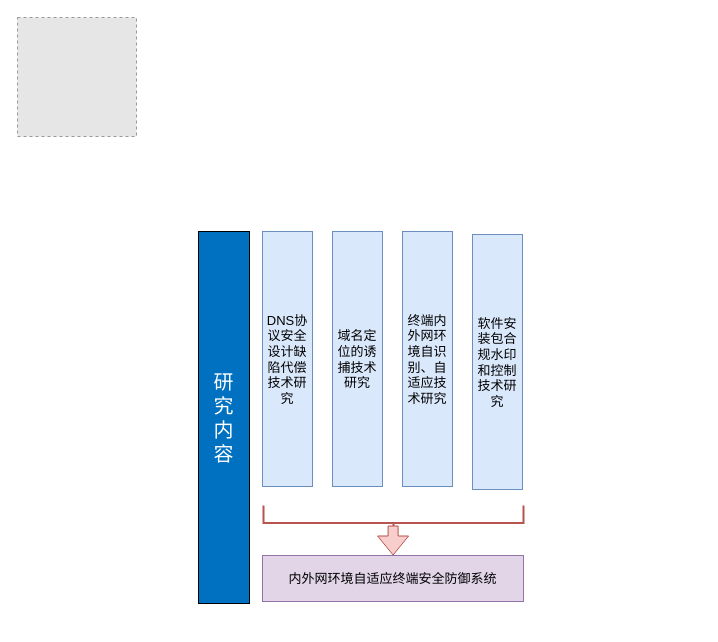
The draw.io diagram page "研究内容" (15 of 28) of drawio/dns.drawio in raingnight/Blog_Pic, before the edit. Source tidied: cells renumbered, new cells numbered last; positions are measured from the earlier drawing's top-left corner, leaving out a move shared by most shapes. Both pictures are drawn from the tidied source at 100%, with x=0, y=0 at pixel (17, 17). Pictures stored in the file or linked from it are replaced by grey dashed boxes.
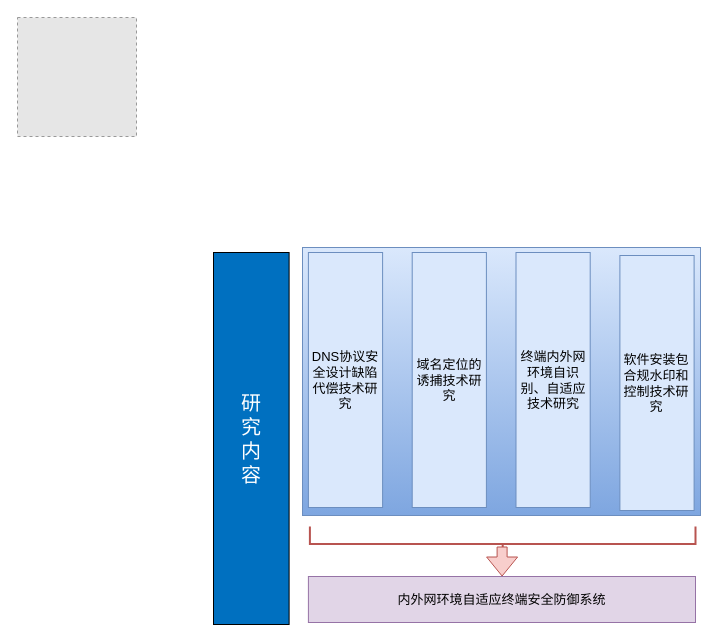
The same diagram, later.

The edit, as a diff of the source:
```diff
@@
 <mxGraphModel>
   <root>
     <mxCell id="0" />
     <mxCell id="1" parent="0" />
     <mxCell id="2" style="fillColor=#E6E6E6;strokeColor=#999999;dashed=1;verticalLabelPosition=bottom;verticalAlign=top;" parent="1" vertex="1">
       <mxGeometry width="119" height="119" as="geometry" />
     </mxCell>
+    <mxCell id="11" style="rounded=0;whiteSpace=wrap;html=1;fillColor=#dae8fc;gradientColor=#7ea6e0;strokeColor=#6c8ebf;" parent="1" vertex="1">
+      <mxGeometry x="285" y="230" width="398" height="268" as="geometry" />
+    </mxCell>
     <mxCell id="3" value="&lt;span style=&quot;font-size: 13px;&quot;&gt;&lt;span style=&quot;font-size: 13px;&quot;&gt;DNS&lt;span style=&quot;font-size: 13px; font-family: 微软雅黑, sans-serif;&quot;&gt;协议安全设计缺陷代偿技术研究&lt;/span&gt;&lt;/span&gt;&lt;/span&gt;" style="rounded=0;whiteSpace=wrap;html=1;fontSize=13;fontStyle=0;fillColor=#dae8fc;strokeColor=#6c8ebf;" parent="1" vertex="1">
-      <mxGeometry x="245" y="214" width="50" height="255" as="geometry" />
+      <mxGeometry x="290.9" y="235" width="74.2" height="255" as="geometry" />
     </mxCell>
     <mxCell id="4" value="&lt;span style=&quot;font-size: 13px;&quot;&gt;&lt;span style=&quot;font-size: 13px;&quot;&gt;域名定位的诱捕技术研究&lt;/span&gt;&lt;/span&gt;" style="rounded=0;whiteSpace=wrap;html=1;fontSize=13;fontStyle=0;fillColor=#dae8fc;strokeColor=#6c8ebf;" parent="1" vertex="1">
-      <mxGeometry x="315" y="214" width="50" height="255" as="geometry" />
+      <mxGeometry x="394.7" y="235" width="74.2" height="255" as="geometry" />
     </mxCell>
     <mxCell id="5" value="&lt;span style=&quot;font-size: 13px;&quot;&gt;&lt;span style=&quot;font-size: 13px;&quot;&gt;软件安装包合规水印和控制技术研究&lt;/span&gt;&lt;/span&gt;" style="rounded=0;whiteSpace=wrap;html=1;fontSize=13;fontStyle=0;fillColor=#dae8fc;strokeColor=#6c8ebf;" parent="1" vertex="1">
-      <mxGeometry x="455" y="217" width="50" height="255" as="geometry" />
+      <mxGeometry x="602.4" y="238" width="74.2" height="255" as="geometry" />
     </mxCell>
     <mxCell id="6" value="&lt;span style=&quot;font-size: 13px;&quot;&gt;&lt;span style=&quot;font-size: 13px;&quot;&gt;终端内外网环境自识别、自适应技术研究&lt;/span&gt;&lt;/span&gt;" style="rounded=0;whiteSpace=wrap;html=1;fontSize=13;fontStyle=0;fillColor=#dae8fc;strokeColor=#6c8ebf;" parent="1" vertex="1">
-      <mxGeometry x="385" y="214" width="50" height="255" as="geometry" />
+      <mxGeometry x="498.5" y="235" width="74.2" height="255" as="geometry" />
     </mxCell>
     <mxCell id="7" value="内外网环境自适应终端安全防御系统" style="rounded=0;whiteSpace=wrap;html=1;fontSize=13;fillColor=#e1d5e7;strokeColor=#9673a6;" parent="1" vertex="1">
-      <mxGeometry x="245" y="538" width="261" height="46" as="geometry" />
+      <mxGeometry x="290.9" y="559" width="387.1" height="46" as="geometry" />
     </mxCell>
     <mxCell id="8" style="strokeWidth=2;html=1;shape=mxgraph.flowchart.annotation_2;align=left;labelPosition=right;rotation=0;direction=north;fillColor=#f8cecc;strokeColor=#b85450;" parent="1" vertex="1">
-      <mxGeometry x="246" y="488" width="260" height="35" as="geometry" />
+      <mxGeometry x="292.4" y="509" width="385.6" height="35" as="geometry" />
     </mxCell>
     <mxCell id="9" style="shape=flexArrow;endArrow=classic;html=1;rounded=0;fillColor=#f8cecc;strokeColor=#b85450;" parent="1" edge="1">
       <mxGeometry relative="1" as="geometry">
-        <mxPoint x="375.6" y="508" as="sourcePoint" />
-        <mxPoint x="375.6" y="538" as="targetPoint" />
+        <mxPoint x="484.6" y="529" as="sourcePoint" />
+        <mxPoint x="484.6" y="559" as="targetPoint" />
       </mxGeometry>
     </mxCell>
     <mxCell id="10" value="&lt;font style=&quot;font-size: 20px;&quot;&gt;研&lt;br&gt;究&lt;br&gt;内&lt;br&gt;容&lt;/font&gt;" style="rounded=0;whiteSpace=wrap;html=1;fillColor=#0070c0;fontColor=#ffffff;" parent="1" vertex="1">
-      <mxGeometry x="181" y="214" width="51" height="372" as="geometry" />
+      <mxGeometry x="196" y="235" width="75.6" height="372" as="geometry" />
     </mxCell>
   </root>
 </mxGraphModel>
```
